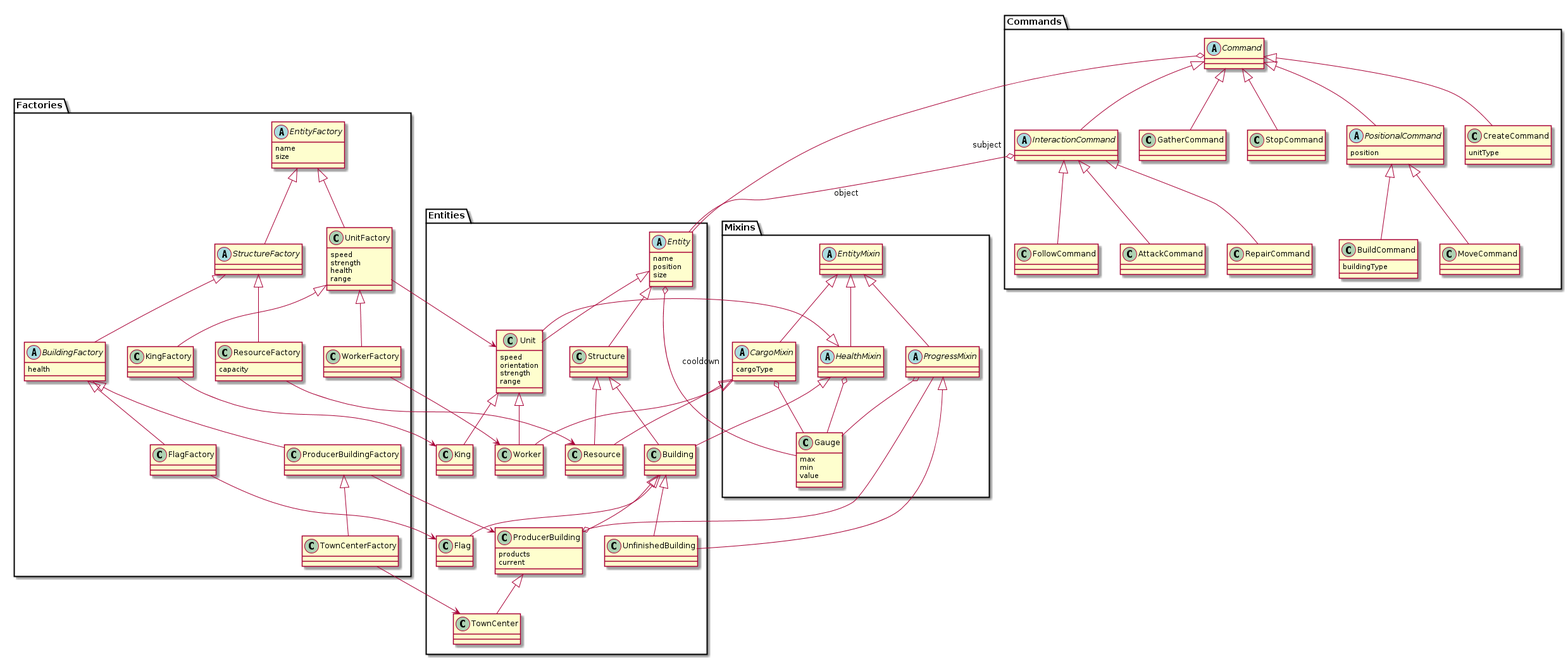
Earlier version of the PlantUML export doc/plantuml/clases-tp3.png (fchurca/fiuba-7542-20152).
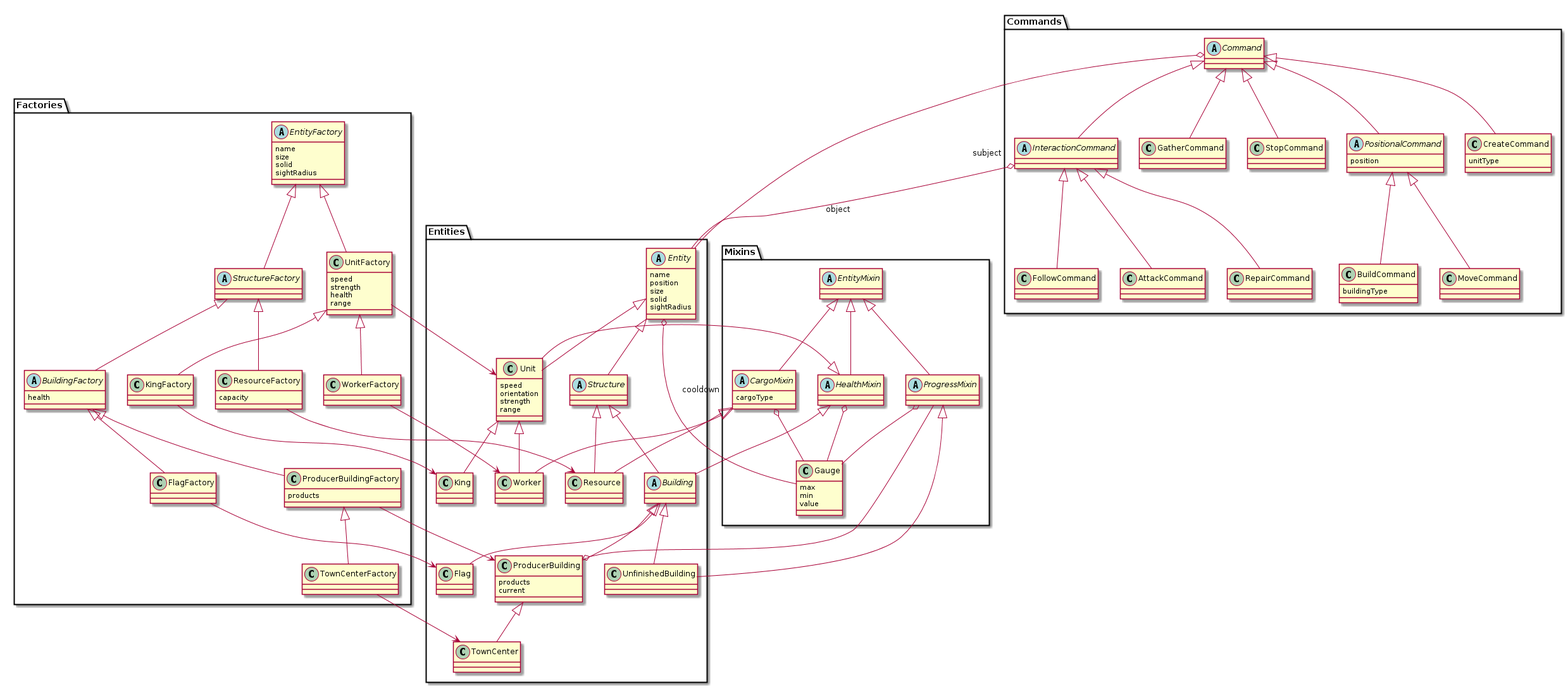
Later version of the same file.

Commit message:
Pulo un poco más el diagrama

Change to the diagram source:
```diff
@@ -5,15 +5,17 @@
 name
 position
 size
+solid
+sightRadius
 }
-class Structure
+abstract class Structure
 class Unit {
 speed
 orientation
 strength
 range
 }
-class Building
+abstract class Building
 class ProducerBuilding {
 products
 current
@@ -123,6 +125,8 @@
 abstract class EntityFactory {
 name
 size
+solid
+sightRadius
 }
 class UnitFactory {
 speed
@@ -140,7 +144,9 @@
 class WorkerFactory
 class KingFactory
 class FlagFactory
-class ProducerBuildingFactory
+class ProducerBuildingFactory {
+products
+}
 class TownCenterFactory
 }
 
```
